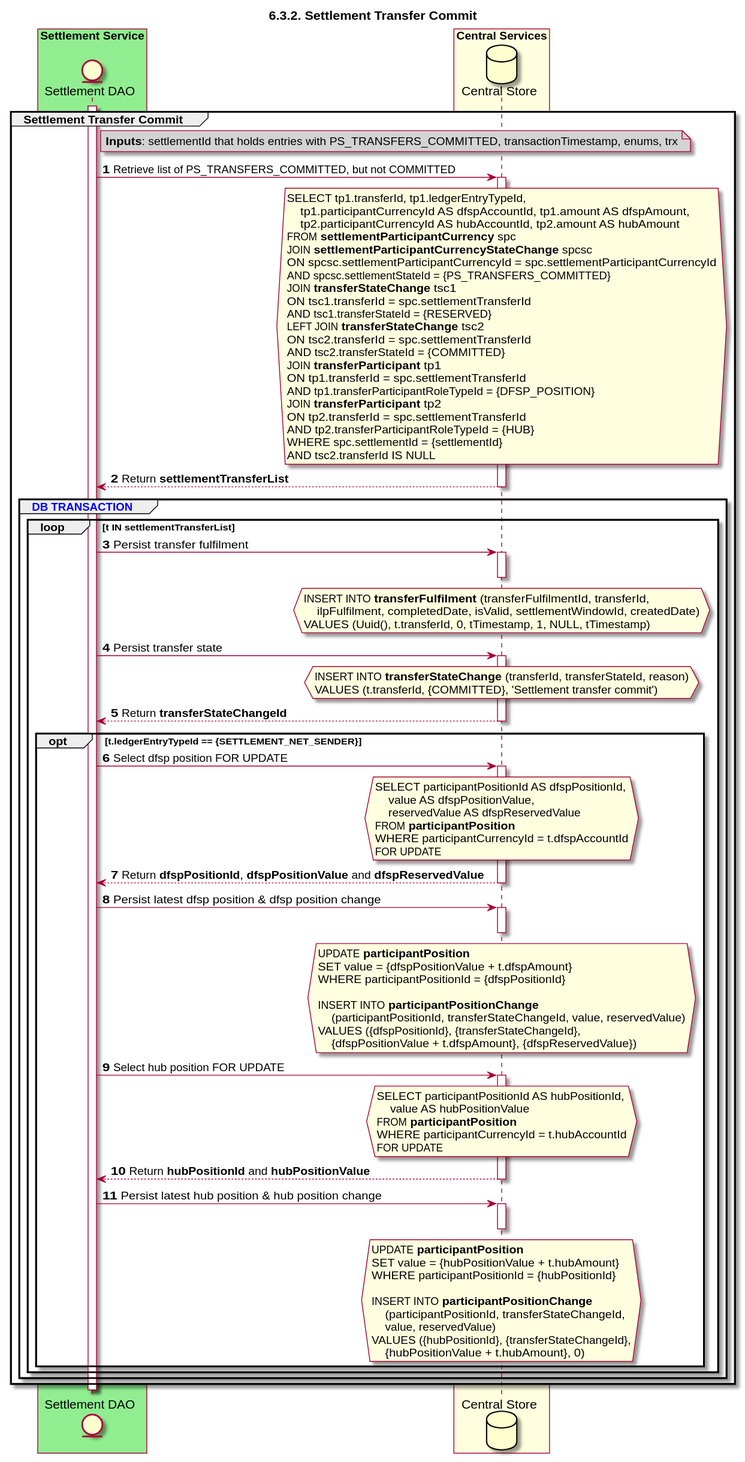
Before: Diagrams/SequenceDiagrams/seq-settransfer-6.3.3-commit.svg, a diagram exported from PlantUML (ggrg/docs).
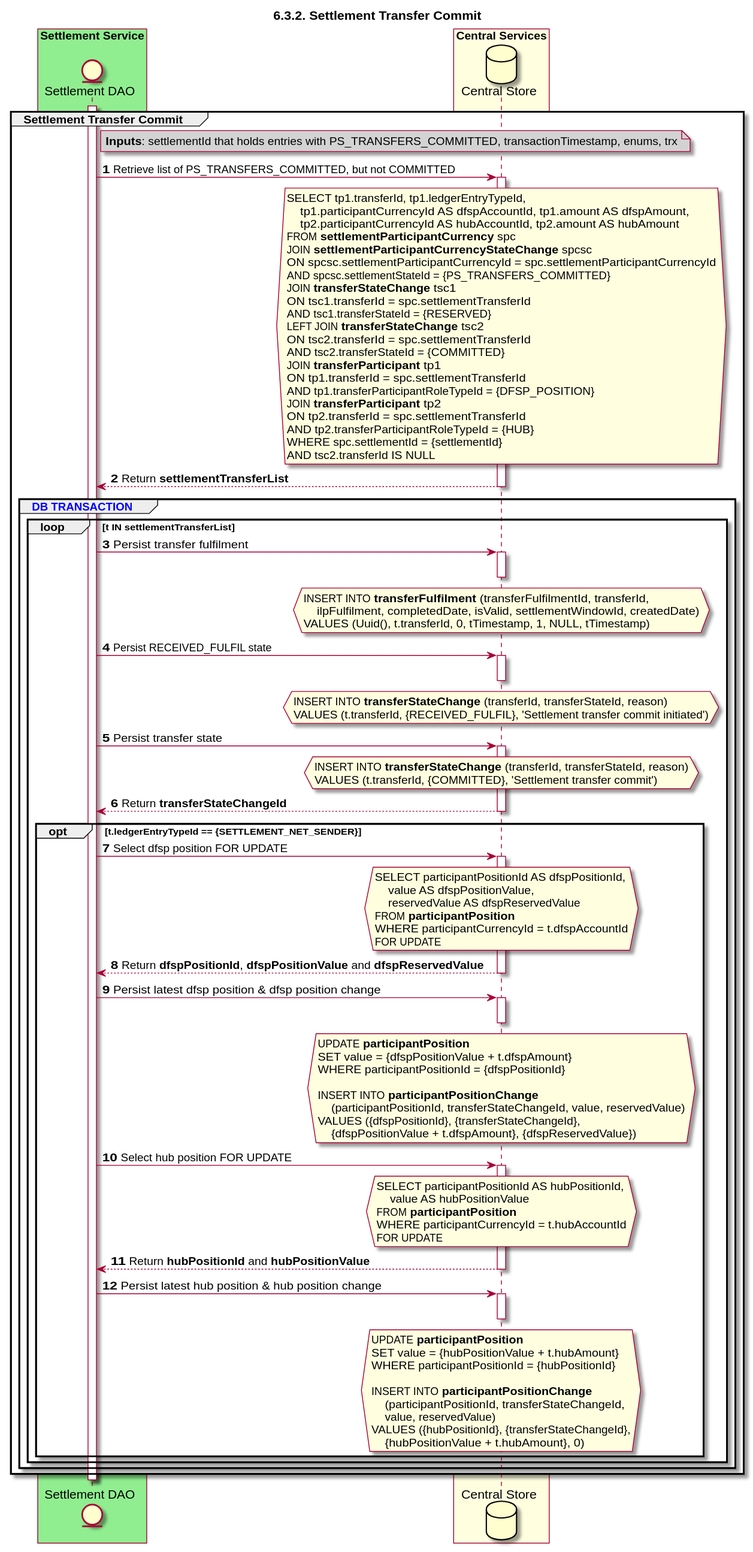
After the commit.

What changed in the source:
```diff
@@ -55,6 +55,14 @@
             end note
             activate DB
             deactivate DB
+
+            SETTLE_DAO -> DB: Persist RECEIVED_FULFIL state
+            activate DB
+            deactivate DB
+            hnote over DB #lightyellow
+                INSERT INTO **transferStateChange** (transferId, transferStateId, reason)
+                VALUES (t.transferId, {RECEIVED_FULFIL}, 'Settlement transfer commit initiated')
+            end note
 
             SETTLE_DAO -> DB: Persist transfer state
             activate DB
```
